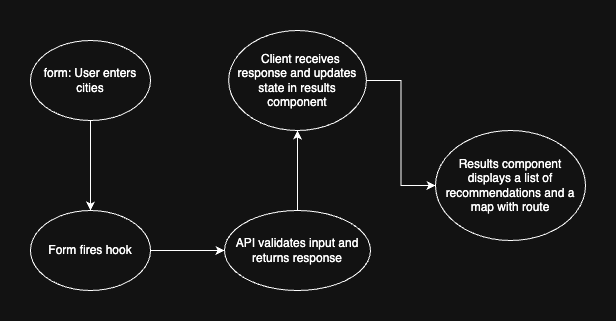
Above: frontend/src/assets/diagram2.png in carlossierrafy24/trackerApp (draw.io), before the change. Source tidied: cells renumbered, new cells last; positions are measured from the earlier drawing's top-left corner, leaving out a move shared by most shapes.
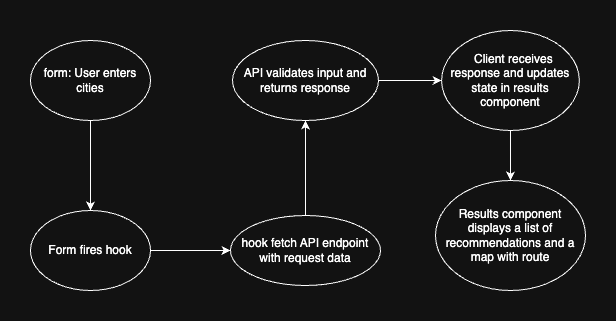
The same diagram one commit later.

Commit message:
fix(frontend): update diagram2.png asset

What changed in the source:
```diff
@@ -2,32 +2,38 @@
   <root>
     <mxCell id="0" />
     <mxCell id="1" parent="0" />
-    <mxCell id="2" style="edgeStyle=orthogonalEdgeStyle;rounded=0;jettySize=auto;html=1;" parent="1" edge="1" source="3" target="9">
+    <mxCell id="2" style="edgeStyle=orthogonalEdgeStyle;rounded=0;jettySize=auto;html=1;" parent="1" edge="1" source="3" target="10">
       <mxGeometry relative="1" as="geometry" />
     </mxCell>
     <mxCell id="3" value="form:&amp;nbsp;User enters cities" style="ellipse;whiteSpace=wrap;html=1;" parent="1" vertex="1">
       <mxGeometry y="10" width="120" height="80" as="geometry" />
     </mxCell>
-    <mxCell id="4" style="edgeStyle=orthogonalEdgeStyle;rounded=0;jettySize=auto;html=1;" parent="1" edge="1" source="10" target="7">
+    <mxCell id="4" style="edgeStyle=orthogonalEdgeStyle;rounded=0;jettySize=auto;html=1;" parent="1" edge="1" source="11" target="7">
       <mxGeometry relative="1" as="geometry" />
     </mxCell>
-    <mxCell id="5" style="edgeStyle=orthogonalEdgeStyle;rounded=0;jettySize=auto;html=1;" parent="1" edge="1" source="6" target="10">
+    <mxCell id="5" style="edgeStyle=orthogonalEdgeStyle;rounded=0;jettySize=auto;html=1;" parent="1" edge="1" source="6" target="11">
       <mxGeometry relative="1" as="geometry" />
     </mxCell>
     <mxCell id="6" value="API validates input and returns response" style="ellipse;whiteSpace=wrap;html=1;" parent="1" vertex="1">
-      <mxGeometry x="194" y="180" width="146" height="80" as="geometry" />
+      <mxGeometry x="202" y="10" width="146" height="80" as="geometry" />
     </mxCell>
     <mxCell id="7" value="Results component displays a list of recommendations and a map with route" style="ellipse;whiteSpace=wrap;html=1;" parent="1" vertex="1">
-      <mxGeometry x="405" y="100" width="150" height="110" as="geometry" />
+      <mxGeometry x="405" y="150" width="150" height="110" as="geometry" />
     </mxCell>
-    <mxCell id="8" style="edgeStyle=orthogonalEdgeStyle;rounded=0;jettySize=auto;html=1;" parent="1" edge="1" source="9" target="6">
+    <mxCell id="8" style="edgeStyle=orthogonalEdgeStyle;rounded=0;jettySize=auto;html=1;exitX=0.5;exitY=0;exitDx=0;exitDy=0;" parent="1" edge="1" source="12" target="6">
       <mxGeometry relative="1" as="geometry" />
     </mxCell>
-    <mxCell id="9" value="Form fires hook" style="ellipse;whiteSpace=wrap;html=1;" parent="1" vertex="1">
-      <mxGeometry y="180" width="120" height="80" as="geometry" />
+    <mxCell id="9" style="edgeStyle=orthogonalEdgeStyle;rounded=0;jettySize=auto;html=1;" parent="1" edge="1" source="10" target="12">
+      <mxGeometry relative="1" as="geometry" />
     </mxCell>
-    <mxCell id="10" value="&amp;nbsp; Client receives response and updates state in results component" style="ellipse;whiteSpace=wrap;html=1;" parent="1" vertex="1">
-      <mxGeometry x="198.1" width="137.8" height="100" as="geometry" />
+    <mxCell id="10" value="Form fires hook" style="ellipse;whiteSpace=wrap;html=1;" parent="1" vertex="1">
+      <mxGeometry y="180" width="120" height="80" as="geometry" />
     </mxCell>
+    <mxCell id="11" value="&amp;nbsp; Client receives response and updates state in results component" style="ellipse;whiteSpace=wrap;html=1;" parent="1" vertex="1">
+      <mxGeometry x="411.1" width="137.8" height="100" as="geometry" />
+    </mxCell>
+    <mxCell id="12" value="hook fetch API endpoint with request data" style="ellipse;whiteSpace=wrap;html=1;" parent="1" vertex="1">
+      <mxGeometry x="200" y="185" width="150" height="70" as="geometry" />
+    </mxCell>
   </root>
 </mxGraphModel>
```
